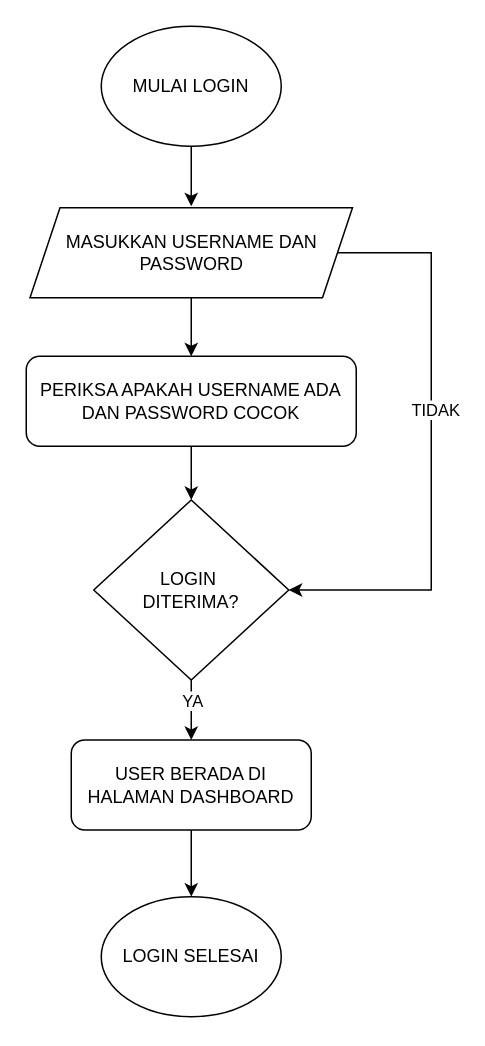
Before: Flowchart Entri Pemilik Usaha.drawio in Rafael2060/SUMMIT-UML, a draw.io diagram. Source tidied: cells renumbered, new cells numbered last; positions are measured from the earlier drawing's top-left corner, leaving out a move shared by most shapes. Both pictures are drawn from the tidied source at 150%, with x=0, y=0 at pixel (26, 26).
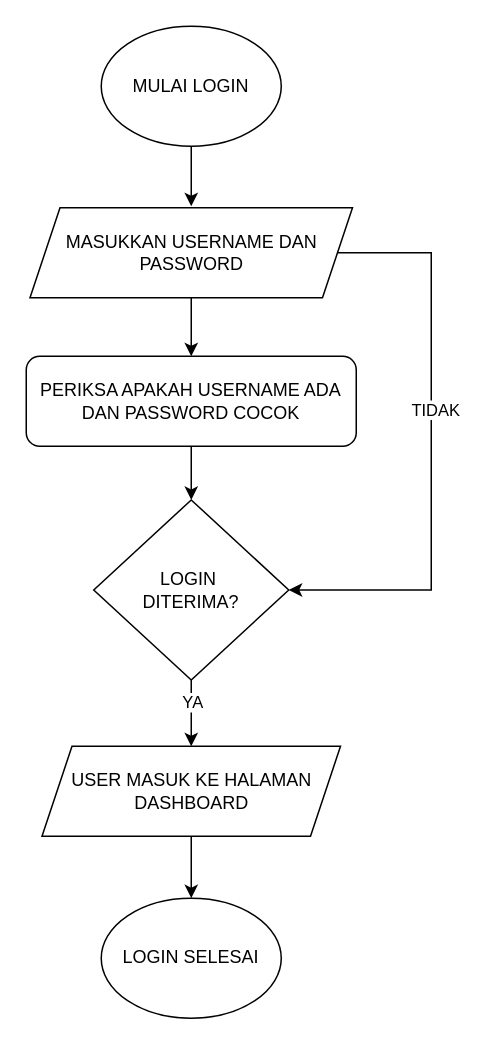
Above is the later version.

Diff of the diagram source:
```diff
@@
 <mxGraphModel>
   <root>
     <mxCell id="0" />
     <mxCell id="1" parent="0" />
     <mxCell id="2" style="edgeStyle=orthogonalEdgeStyle;rounded=0;jettySize=auto;html=1;" parent="1" edge="1" source="3">
       <mxGeometry relative="1" as="geometry">
         <mxPoint x="110" y="120" as="targetPoint" />
       </mxGeometry>
     </mxCell>
     <mxCell id="3" value="MULAI LOGIN" style="ellipse;whiteSpace=wrap;html=1;" parent="1" vertex="1">
       <mxGeometry x="50" width="120" height="80" as="geometry" />
     </mxCell>
     <mxCell id="4" style="edgeStyle=orthogonalEdgeStyle;rounded=0;jettySize=auto;html=1;entryX=0.5;entryY=0;entryDx=0;entryDy=0;" parent="1" edge="1" source="15" target="10">
       <mxGeometry relative="1" as="geometry" />
     </mxCell>
     <mxCell id="5" style="edgeStyle=orthogonalEdgeStyle;rounded=0;jettySize=auto;html=1;exitX=1;exitY=0.5;exitDx=0;exitDy=0;entryX=1;entryY=0.5;entryDx=0;entryDy=0;" parent="1" edge="1" source="7" target="10">
       <mxGeometry relative="1" as="geometry">
         <Array as="points">
           <mxPoint x="270" y="151" />
           <mxPoint x="270" y="376" />
         </Array>
       </mxGeometry>
     </mxCell>
     <mxCell id="6" value="TIDAK" style="edgeLabel;html=1;align=center;verticalAlign=middle;" parent="5" vertex="1">
       <mxGeometry x="-0.13" y="2" relative="1" as="geometry">
         <mxPoint y="1" as="offset" />
       </mxGeometry>
     </mxCell>
     <mxCell id="7" value="MASUKKAN USERNAME DAN PASSWORD" style="shape=parallelogram;perimeter=parallelogramPerimeter;whiteSpace=wrap;html=1;fixedSize=1;" parent="1" vertex="1">
       <mxGeometry x="2.5" y="121" width="215" height="60" as="geometry" />
     </mxCell>
-    <mxCell id="8" style="edgeStyle=orthogonalEdgeStyle;rounded=0;jettySize=auto;html=1;exitX=0.5;exitY=1;exitDx=0;exitDy=0;entryX=0.5;entryY=0;entryDx=0;entryDy=0;" parent="1" edge="1" source="10" target="13">
+    <mxCell id="8" style="edgeStyle=orthogonalEdgeStyle;rounded=0;jettySize=auto;html=1;exitX=0.5;exitY=1;exitDx=0;exitDy=0;entryX=0.5;entryY=0;entryDx=0;entryDy=0;" parent="1" edge="1" source="10" target="16">
       <mxGeometry relative="1" as="geometry" />
     </mxCell>
     <mxCell id="9" value="YA" style="edgeLabel;html=1;align=center;verticalAlign=middle;" parent="8" vertex="1">
       <mxGeometry x="-0.3" relative="1" as="geometry" />
     </mxCell>
     <mxCell id="10" value="LOGIN&amp;nbsp;&lt;div&gt;DITERIMA?&lt;/div&gt;" style="rhombus;whiteSpace=wrap;html=1;" parent="1" vertex="1">
       <mxGeometry x="45" y="315.8" width="130" height="120" as="geometry" />
     </mxCell>
     <mxCell id="11" value="LOGIN SELESAI" style="ellipse;whiteSpace=wrap;html=1;" parent="1" vertex="1">
-      <mxGeometry x="50" y="580.3" width="120" height="80" as="geometry" />
+      <mxGeometry x="50" y="581.3" width="120" height="80" as="geometry" />
     </mxCell>
-    <mxCell id="12" style="edgeStyle=orthogonalEdgeStyle;rounded=0;jettySize=auto;html=1;exitX=0.5;exitY=1;exitDx=0;exitDy=0;entryX=0.5;entryY=0;entryDx=0;entryDy=0;" parent="1" edge="1" source="13" target="11">
+    <mxCell id="12" style="edgeStyle=orthogonalEdgeStyle;rounded=0;jettySize=auto;html=1;exitX=0.5;exitY=1;exitDx=0;exitDy=0;entryX=0.5;entryY=0;entryDx=0;entryDy=0;" parent="1" edge="1" source="16" target="11">
       <mxGeometry relative="1" as="geometry" />
     </mxCell>
-    <mxCell id="13" value="USER BERADA DI HALAMAN DASHBOARD" style="rounded=1;whiteSpace=wrap;html=1;" parent="1" vertex="1">
-      <mxGeometry x="30" y="475.8" width="160" height="60" as="geometry" />
-    </mxCell>
     <mxCell id="14" style="edgeStyle=orthogonalEdgeStyle;rounded=0;jettySize=auto;html=1;entryX=0.5;entryY=0;entryDx=0;entryDy=0;" parent="1" edge="1" source="7" target="15">
       <mxGeometry relative="1" as="geometry" />
     </mxCell>
     <mxCell id="15" value="PERIKSA APAKAH USERNAME ADA DAN PASSWORD COCOK" style="rounded=1;whiteSpace=wrap;html=1;" parent="1" vertex="1">
       <mxGeometry y="220" width="220" height="60" as="geometry" />
     </mxCell>
+    <mxCell id="16" value="USER MASUK KE HALAMAN DASHBOARD" style="shape=parallelogram;perimeter=parallelogramPerimeter;whiteSpace=wrap;html=1;fixedSize=1;" parent="1" vertex="1">
+      <mxGeometry x="10.5" y="480" width="199" height="60" as="geometry" />
+    </mxCell>
   </root>
 </mxGraphModel>
```
